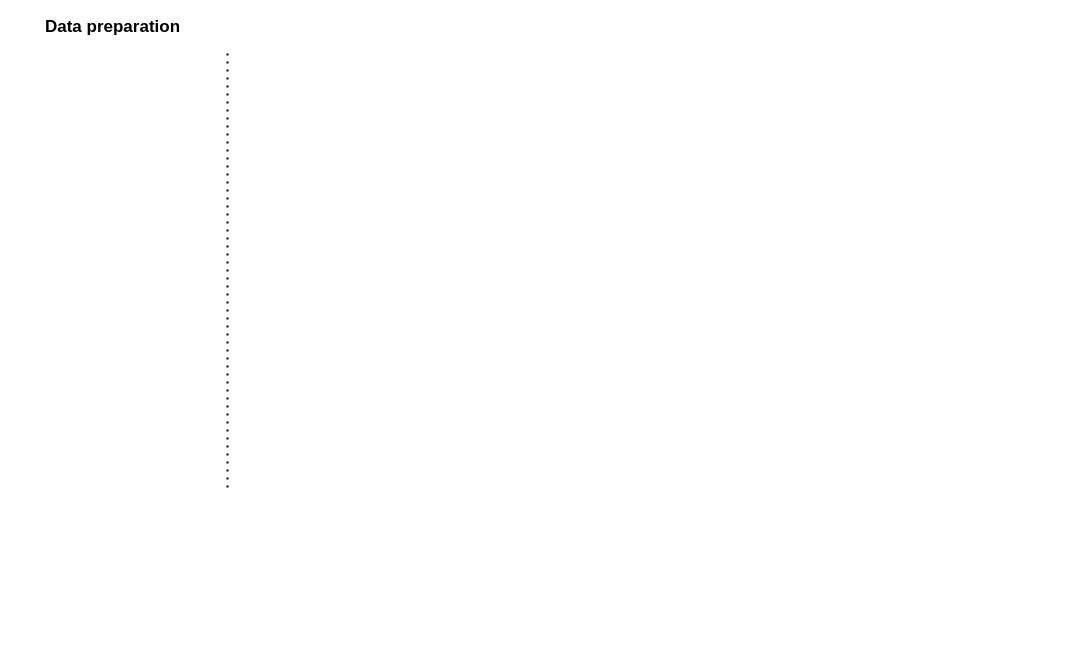
The draw.io diagram Untitled Diagram.drawio in lacibacsi/chess_playing_style_analysis, before the edit. Source tidied: cells renumbered, new cells numbered last; positions are measured from the earlier drawing's top-left corner, leaving out a move shared by most shapes. Both pictures are drawn from the tidied source at 100%, with x=0, y=0 at pixel (37, 17).
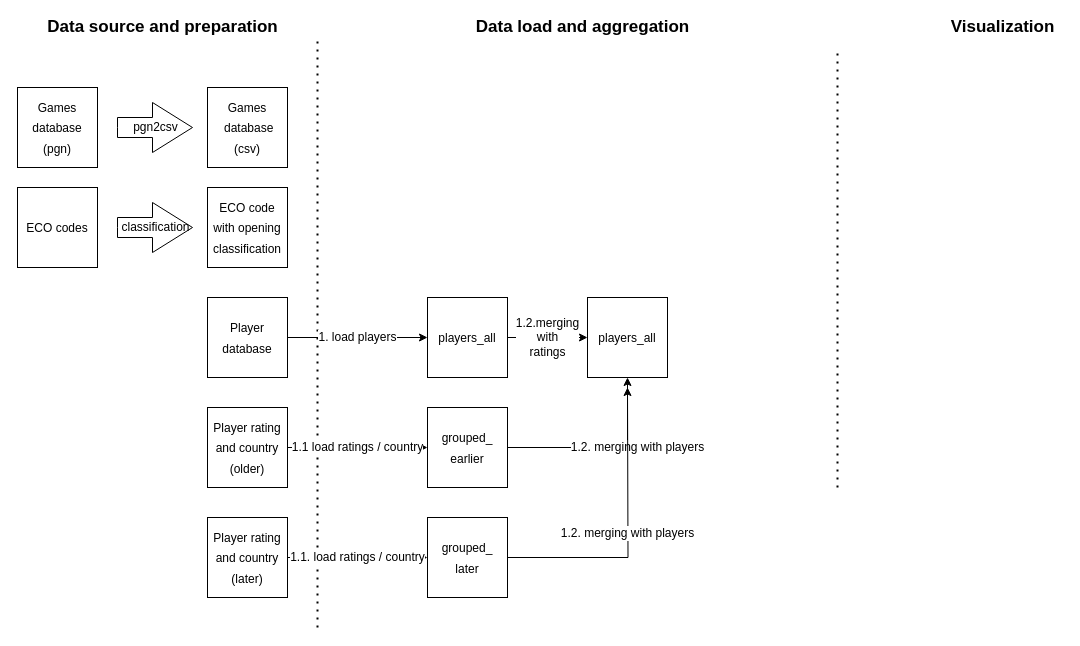
Above is the later version.

What changed in the source:
```diff
@@
     <mxCell id="2" style="endArrow=none;dashed=1;html=1;dashPattern=1 3;strokeWidth=2;rounded=0;" parent="1" edge="1">
       <mxGeometry relative="1" as="geometry">
-        <mxPoint x="190" y="470" as="sourcePoint" />
-        <mxPoint x="190" y="30" as="targetPoint" />
+        <mxPoint x="280" y="610" as="sourcePoint" />
+        <mxPoint x="280" y="20" as="targetPoint" />
       </mxGeometry>
     </mxCell>
-    <mxCell id="3" value="&lt;font style=&quot;font-size: 17px&quot;&gt;&lt;b&gt;Data preparation&lt;/b&gt;&lt;/font&gt;" style="text;html=1;align=center;verticalAlign=middle;fillColor=none;strokeColor=none;rounded=0;" parent="1" vertex="1">
-      <mxGeometry width="150" height="20" as="geometry" />
+    <mxCell id="3" value="&lt;font style=&quot;font-size: 17px&quot;&gt;&lt;b&gt;Data source and preparation&lt;/b&gt;&lt;/font&gt;" style="text;html=1;align=center;verticalAlign=middle;fillColor=none;strokeColor=none;rounded=0;" parent="1" vertex="1">
+      <mxGeometry width="250" height="20" as="geometry" />
     </mxCell>
+    <mxCell id="4" value="&lt;font style=&quot;font-size: 17px&quot;&gt;&lt;b&gt;Data load and aggregation&lt;/b&gt;&lt;/font&gt;" style="text;html=1;align=center;verticalAlign=middle;fillColor=none;strokeColor=none;rounded=0;" parent="1" vertex="1">
+      <mxGeometry x="430" width="230" height="20" as="geometry" />
+    </mxCell>
+    <mxCell id="5" style="endArrow=none;dashed=1;html=1;dashPattern=1 3;strokeWidth=2;rounded=0;" parent="1" edge="1">
+      <mxGeometry relative="1" as="geometry">
+        <mxPoint x="800" y="470" as="sourcePoint" />
+        <mxPoint x="800" y="30" as="targetPoint" />
+      </mxGeometry>
+    </mxCell>
+    <mxCell id="6" value="&lt;font style=&quot;font-size: 17px&quot;&gt;&lt;b&gt;Visualization&lt;/b&gt;&lt;/font&gt;" style="text;html=1;align=center;verticalAlign=middle;fillColor=none;strokeColor=none;rounded=0;" parent="1" vertex="1">
+      <mxGeometry x="905" width="120" height="20" as="geometry" />
+    </mxCell>
+    <mxCell id="7" value="&lt;font style=&quot;font-size: 12px&quot;&gt;Games database&lt;br&gt;(pgn)&lt;br&gt;&lt;/font&gt;" style="whiteSpace=wrap;html=1;fontSize=17;" parent="1" vertex="1">
+      <mxGeometry x="-20" y="70" width="80" height="80" as="geometry" />
+    </mxCell>
+    <mxCell id="8" value="pgn2csv" style="html=1;shadow=0;dashed=0;align=center;verticalAlign=middle;shape=mxgraph.arrows2.arrow;dy=0.6;dx=40;notch=0;fontSize=12;" parent="1" vertex="1">
+      <mxGeometry x="80" y="85" width="75" height="50" as="geometry" />
+    </mxCell>
+    <mxCell id="9" value="&lt;font style=&quot;font-size: 12px&quot;&gt;Games &amp;nbsp;database&lt;br&gt;(csv)&lt;br&gt;&lt;/font&gt;" style="whiteSpace=wrap;html=1;fontSize=17;" parent="1" vertex="1">
+      <mxGeometry x="170" y="70" width="80" height="80" as="geometry" />
+    </mxCell>
+    <mxCell id="10" value="&lt;font style=&quot;font-size: 12px&quot;&gt;ECO codes&lt;br&gt;&lt;/font&gt;" style="whiteSpace=wrap;html=1;fontSize=17;" parent="1" vertex="1">
+      <mxGeometry x="-20" y="170" width="80" height="80" as="geometry" />
+    </mxCell>
+    <mxCell id="11" value="classification" style="html=1;shadow=0;dashed=0;align=center;verticalAlign=middle;shape=mxgraph.arrows2.arrow;dy=0.6;dx=40;notch=0;fontSize=12;" parent="1" vertex="1">
+      <mxGeometry x="80" y="185" width="75" height="50" as="geometry" />
+    </mxCell>
+    <mxCell id="12" value="&lt;font style=&quot;font-size: 12px&quot;&gt;ECO code with opening classification&lt;br&gt;&lt;/font&gt;" style="whiteSpace=wrap;html=1;fontSize=17;" parent="1" vertex="1">
+      <mxGeometry x="170" y="170" width="80" height="80" as="geometry" />
+    </mxCell>
+    <mxCell id="13" value="1.1 load ratings / country" style="edgeStyle=orthogonalEdgeStyle;rounded=0;jettySize=auto;html=1;exitX=1;exitY=0.5;exitDx=0;exitDy=0;entryX=0;entryY=0.5;entryDx=0;entryDy=0;fontSize=12;" parent="1" edge="1" source="14" target="22">
+      <mxGeometry relative="1" as="geometry" />
+    </mxCell>
+    <mxCell id="14" value="&lt;font style=&quot;font-size: 12px&quot;&gt;Player rating and country (older)&lt;br&gt;&lt;/font&gt;" style="whiteSpace=wrap;html=1;fontSize=17;" parent="1" vertex="1">
+      <mxGeometry x="170" y="390" width="80" height="80" as="geometry" />
+    </mxCell>
+    <mxCell id="15" value="1. load players" style="edgeStyle=orthogonalEdgeStyle;rounded=0;jettySize=auto;html=1;exitX=1;exitY=0.5;exitDx=0;exitDy=0;fontSize=12;" parent="1" edge="1" source="16" target="20">
+      <mxGeometry relative="1" as="geometry" />
+    </mxCell>
+    <mxCell id="16" value="&lt;font style=&quot;font-size: 12px&quot;&gt;Player database&lt;br&gt;&lt;/font&gt;" style="whiteSpace=wrap;html=1;fontSize=17;" parent="1" vertex="1">
+      <mxGeometry x="170" y="280" width="80" height="80" as="geometry" />
+    </mxCell>
+    <mxCell id="17" value="1.1. load ratings / country" style="edgeStyle=orthogonalEdgeStyle;rounded=0;jettySize=auto;html=1;exitX=1;exitY=0.5;exitDx=0;exitDy=0;fontSize=12;" parent="1" edge="1" source="18" target="24">
+      <mxGeometry relative="1" as="geometry" />
+    </mxCell>
+    <mxCell id="18" value="&lt;font style=&quot;font-size: 12px&quot;&gt;Player rating and country (later)&lt;br&gt;&lt;/font&gt;" style="whiteSpace=wrap;html=1;fontSize=17;" parent="1" vertex="1">
+      <mxGeometry x="170" y="500" width="80" height="80" as="geometry" />
+    </mxCell>
+    <mxCell id="19" value="1.2.merging&lt;br&gt;with&lt;br&gt;ratings" style="edgeStyle=orthogonalEdgeStyle;rounded=0;jettySize=auto;html=1;fontSize=12;" parent="1" edge="1" source="20" target="25">
+      <mxGeometry relative="1" as="geometry" />
+    </mxCell>
+    <mxCell id="20" value="&lt;font style=&quot;font-size: 12px&quot;&gt;players_all&lt;br&gt;&lt;/font&gt;" style="whiteSpace=wrap;html=1;fontSize=17;" parent="1" vertex="1">
+      <mxGeometry x="390" y="280" width="80" height="80" as="geometry" />
+    </mxCell>
+    <mxCell id="21" value="1.2. merging with players" style="edgeStyle=orthogonalEdgeStyle;rounded=0;jettySize=auto;html=1;fontSize=12;entryX=0.5;entryY=1;entryDx=0;entryDy=0;" parent="1" edge="1" source="22" target="25">
+      <mxGeometry x="0.26" y="-10" relative="1" as="geometry" />
+    </mxCell>
+    <mxCell id="22" value="&lt;font style=&quot;font-size: 12px&quot;&gt;grouped_&lt;br&gt;earlier&lt;br&gt;&lt;/font&gt;" style="whiteSpace=wrap;html=1;fontSize=17;" parent="1" vertex="1">
+      <mxGeometry x="390" y="390" width="80" height="80" as="geometry" />
+    </mxCell>
+    <mxCell id="23" value="1.2. merging with players" style="edgeStyle=orthogonalEdgeStyle;rounded=0;jettySize=auto;html=1;fontSize=12;" parent="1" edge="1" source="24">
+      <mxGeometry relative="1" as="geometry">
+        <mxPoint x="590" y="370" as="targetPoint" />
+      </mxGeometry>
+    </mxCell>
+    <mxCell id="24" value="&lt;font style=&quot;font-size: 12px&quot;&gt;grouped_&lt;br&gt;later&lt;br&gt;&lt;/font&gt;" style="whiteSpace=wrap;html=1;fontSize=17;" parent="1" vertex="1">
+      <mxGeometry x="390" y="500" width="80" height="80" as="geometry" />
+    </mxCell>
+    <mxCell id="25" value="&lt;font style=&quot;font-size: 12px&quot;&gt;players_all&lt;br&gt;&lt;/font&gt;" style="whiteSpace=wrap;html=1;fontSize=17;" parent="1" vertex="1">
+      <mxGeometry x="550" y="280" width="80" height="80" as="geometry" />
+    </mxCell>
```
